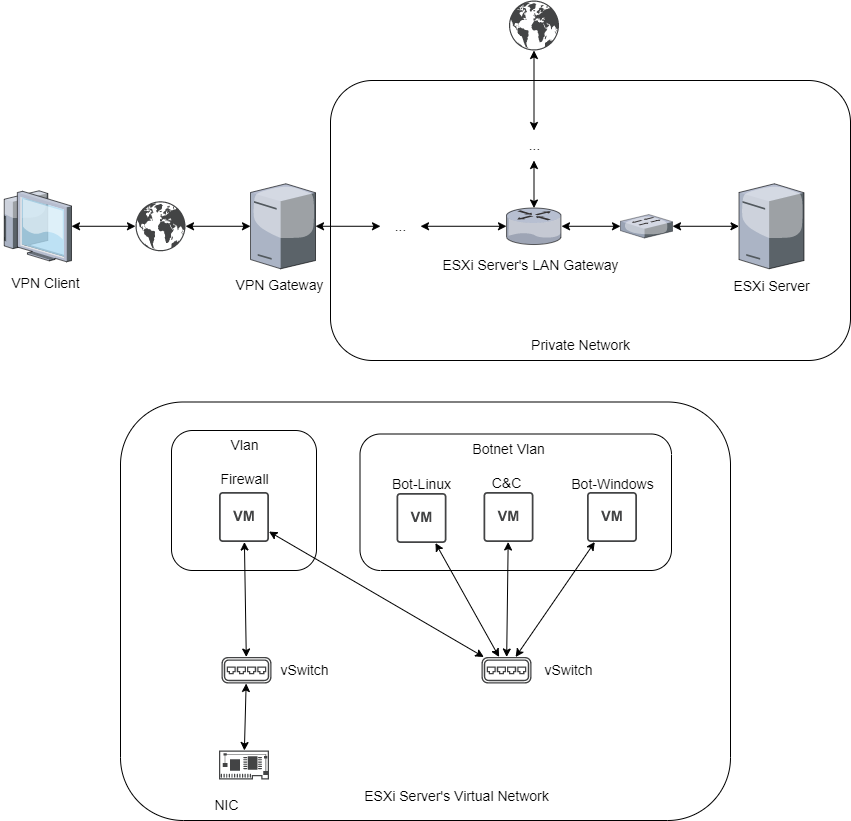
The draw.io diagram TesiLatex/res/fig/infrastruttura1.png in ManuelLuzietti/Tesi, before a commit. Source tidied: cells renumbered, new cells last; positions are measured from the earlier drawing's top-left corner, leaving out a move shared by most shapes.
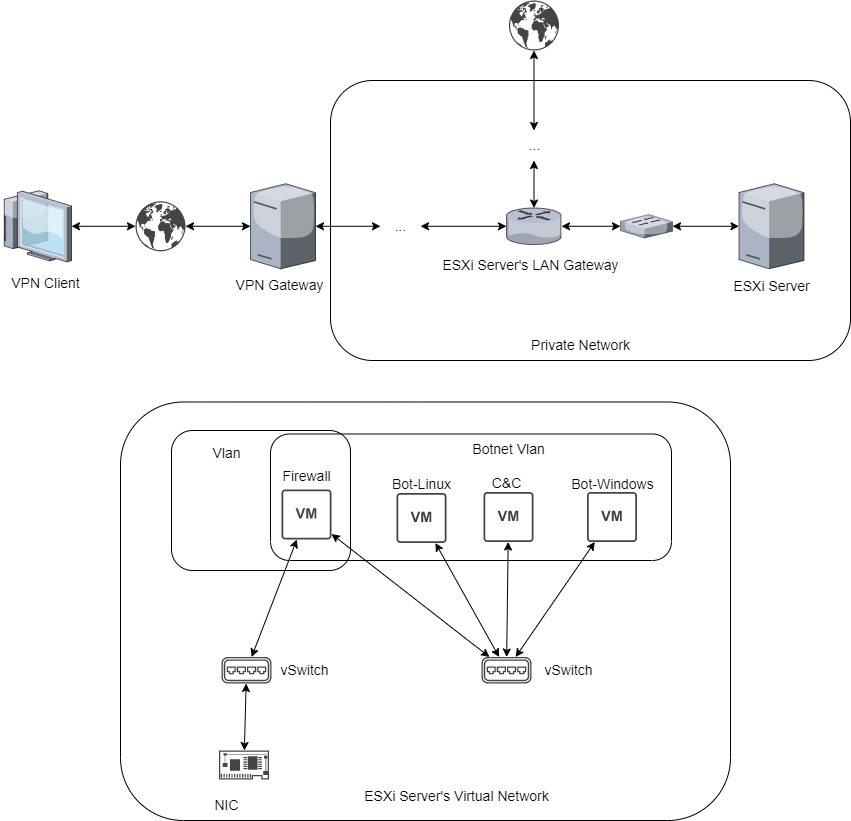
Later version of the same file.

What changed in the source:
```diff
@@ -74,21 +74,11 @@
     <mxCell id="25" style="sketch=0;shadow=0;dashed=0;html=1;strokeColor=none;fillColor=#434445;labelPosition=center;verticalLabelPosition=bottom;verticalAlign=top;align=center;outlineConnect=0;shape=mxgraph.vvd.networking;fontSize=14;" parent="1" vertex="1">
       <mxGeometry x="135" y="200.8" width="50" height="50" as="geometry" />
     </mxCell>
-    <mxCell id="26" style="edgeStyle=none;jettySize=auto;html=1;rounded=0;fontSize=14;startArrow=classic;startFill=1;" parent="1" edge="1" source="x">
-      <mxGeometry relative="1" as="geometry">
-        <mxPoint x="600" y="629.5" as="targetPoint" />
-      </mxGeometry>
-    </mxCell>
-    <mxCell id="27" style="edgeStyle=none;jettySize=auto;html=1;rounded=0;fontSize=14;startArrow=classic;startFill=1;" parent="1" edge="1" source="x">
-      <mxGeometry relative="1" as="geometry">
-        <mxPoint x="688.5" y="667.3" as="targetPoint" />
-      </mxGeometry>
-    </mxCell>
-    <mxCell id="28" style="rounded=1;whiteSpace=wrap;html=1;fontSize=14;" parent="1" vertex="1">
-      <mxGeometry x="171" y="430" width="145" height="140" as="geometry" />
+    <mxCell id="28" style="rounded=1;whiteSpace=wrap;html=1;fontSize=14;fillColor=none;" parent="1" vertex="1">
+      <mxGeometry x="171" y="430" width="179" height="140" as="geometry" />
     </mxCell>
-    <mxCell id="29" style="rounded=1;whiteSpace=wrap;html=1;fontSize=14;" parent="1" vertex="1">
-      <mxGeometry x="359.5" y="433.5" width="311.5" height="136.5" as="geometry" />
+    <mxCell id="29" style="rounded=1;whiteSpace=wrap;html=1;fontSize=14;fillColor=none;" parent="1" vertex="1">
+      <mxGeometry x="270" y="433.5" width="401" height="126.5" as="geometry" />
     </mxCell>
     <mxCell id="30" style="sketch=0;shadow=0;dashed=0;html=1;strokeColor=none;fillColor=#434445;labelPosition=center;verticalLabelPosition=bottom;verticalAlign=top;align=center;outlineConnect=0;shape=mxgraph.vvd.virtual_switch;fontSize=14;" parent="1" vertex="1">
       <mxGeometry x="221" y="656.5" width="50" height="26.5" as="geometry" />
@@ -112,7 +102,7 @@
       <mxGeometry x="483" y="491.5" width="50" height="50" as="geometry" />
     </mxCell>
     <mxCell id="37" style="sketch=0;shadow=0;dashed=0;html=1;strokeColor=none;fillColor=#434445;labelPosition=center;verticalLabelPosition=bottom;verticalAlign=top;align=center;outlineConnect=0;shape=mxgraph.vvd.virtual_machine;fontSize=14;" parent="1" vertex="1">
-      <mxGeometry x="218.5" y="491.5" width="50" height="50" as="geometry" />
+      <mxGeometry x="281" y="489" width="50" height="50" as="geometry" />
     </mxCell>
     <mxCell id="38" style="edgeStyle=none;jettySize=auto;html=1;rounded=0;fontSize=14;startArrow=classic;startFill=1;" parent="1" edge="1" source="31" target="34">
       <mxGeometry relative="1" as="geometry" />
@@ -136,10 +126,10 @@
       <mxGeometry x="481" y="468" width="50" height="30" as="geometry" />
     </mxCell>
     <mxCell id="45" value="Vlan" style="text;html=1;align=center;verticalAlign=middle;strokeColor=none;fillColor=none;fontSize=14;" parent="1" vertex="1">
-      <mxGeometry x="218.5" y="430" width="50" height="30" as="geometry" />
+      <mxGeometry x="201" y="438" width="50" height="30" as="geometry" />
     </mxCell>
     <mxCell id="46" value="Firewall" style="text;html=1;align=center;verticalAlign=middle;strokeColor=none;fillColor=none;fontSize=14;" parent="1" vertex="1">
-      <mxGeometry x="208.5" y="463.5" width="70" height="30" as="geometry" />
+      <mxGeometry x="271" y="461" width="70" height="30" as="geometry" />
     </mxCell>
     <mxCell id="47" style="edgeStyle=none;jettySize=auto;html=1;rounded=0;fontSize=14;startArrow=classic;startFill=1;" parent="1" edge="1" source="30" target="37">
       <mxGeometry relative="1" as="geometry" />
```
